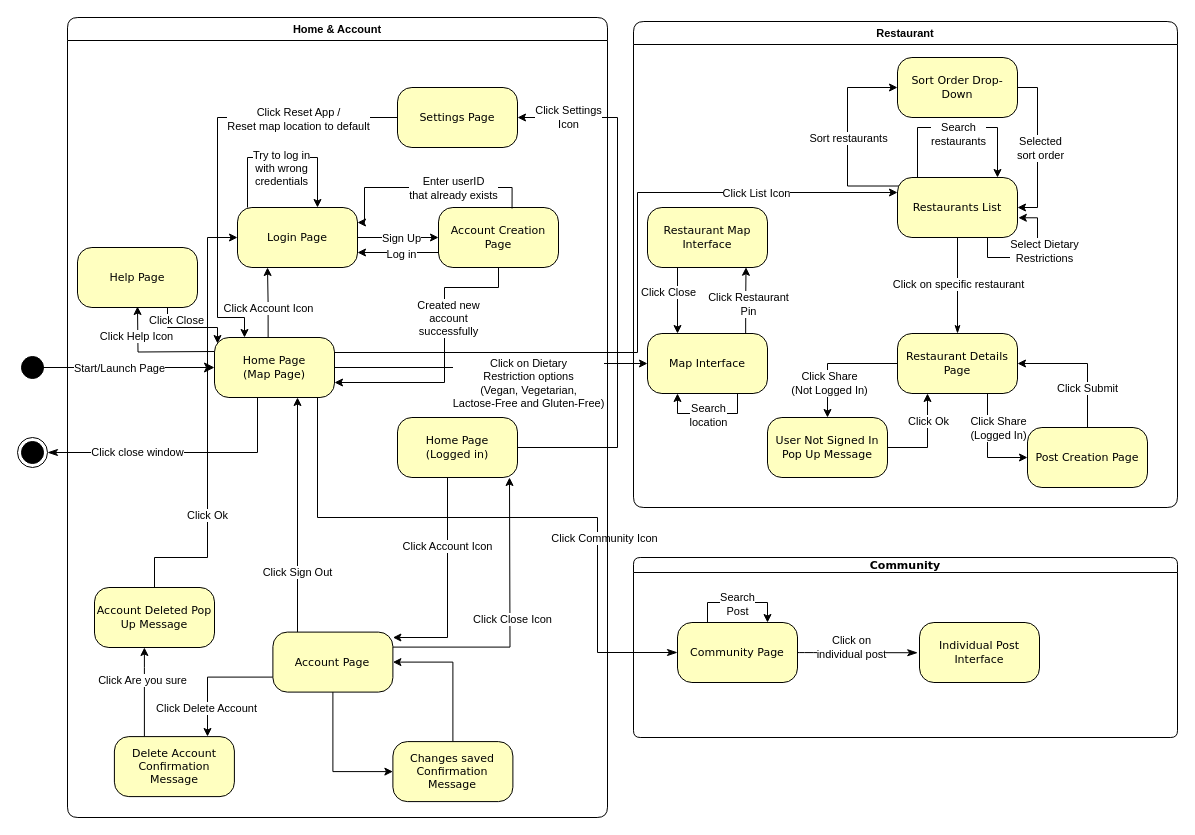
Before: Deliverables/Others/DialogMap.drawio in dhruv-gambhir/extraveganza, a draw.io diagram. Source tidied: cells renumbered, new cells numbered last; positions are measured from the earlier drawing's top-left corner, leaving out a move shared by most shapes. Both pictures are drawn from the tidied source at 100%, with x=0, y=0 at pixel (17, 17).
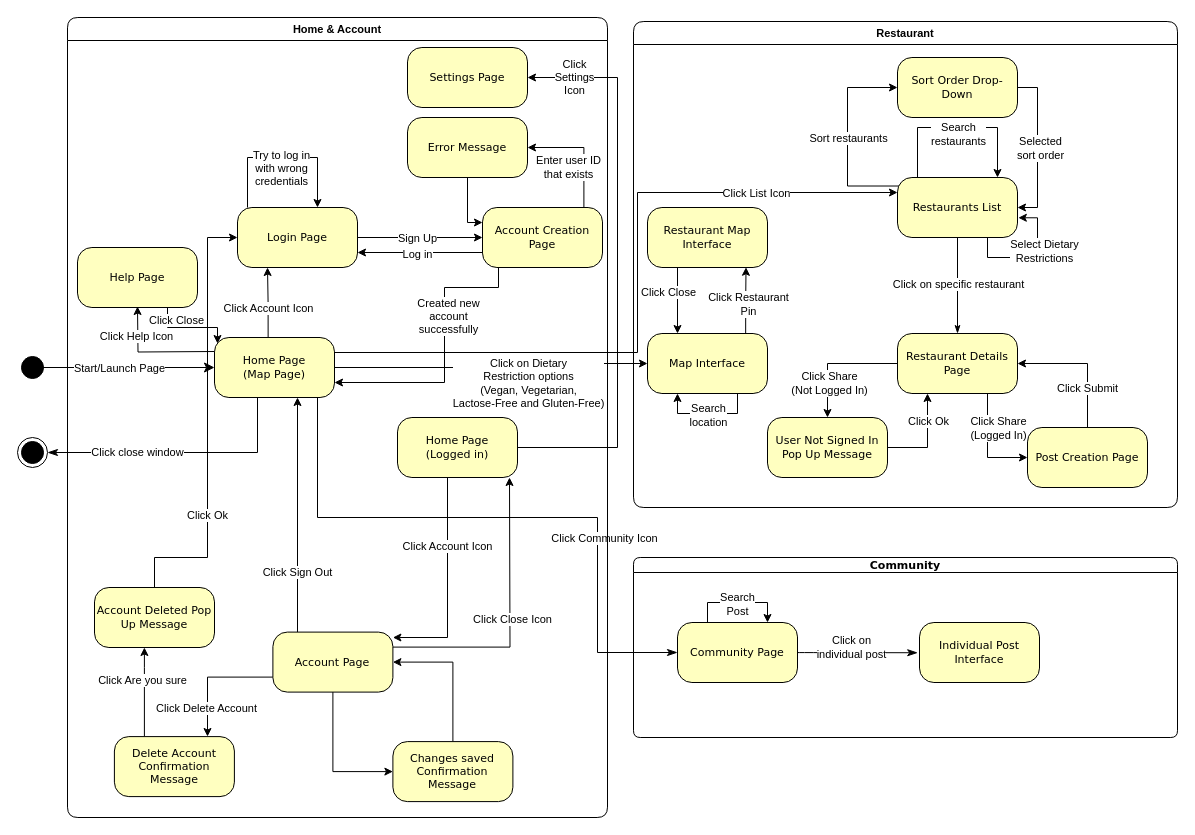
The same diagram, later.

Unchanged cells that the change refers to:
```xml
<mxCell id="48" value="Home &amp;amp; Account" style="swimlane;whiteSpace=wrap;html=1;strokeColor=#000000;rounded=1;fontSize=11;" parent="1" vertex="1">
  <mxGeometry x="50" width="540" height="800" as="geometry" />
</mxCell>
<mxCell id="49" style="edgeStyle=orthogonalEdgeStyle;rounded=0;jettySize=auto;html=1;exitX=0.5;exitY=1;exitDx=0;exitDy=0;entryX=1;entryY=0.75;entryDx=0;entryDy=0;fontSize=11;" parent="48" edge="1" source="53" target="61">
  <mxGeometry relative="1" as="geometry">
    <Array as="points">
      <mxPoint x="431" y="270" />
      <mxPoint x="377" y="270" />
      <mxPoint x="377" y="365" />
    </Array>
  </mxGeometry>
</mxCell>
<mxCell id="56" value="Login Page" style="rounded=1;whiteSpace=wrap;html=1;arcSize=24;fillColor=#ffffc0;strokeColor=#000000;shadow=0;comic=0;labelBackgroundColor=none;fontFamily=Verdana;fontSize=11;fontColor=#000000;align=center;" parent="48" vertex="1">
  <mxGeometry x="170" y="190" width="120" height="60" as="geometry" />
</mxCell>
<mxCell id="61" value="Home Page &lt;br&gt;(Map Page)" style="rounded=1;whiteSpace=wrap;html=1;arcSize=24;fillColor=#ffffc0;strokeColor=#000000;shadow=0;comic=0;labelBackgroundColor=none;fontFamily=Verdana;fontSize=11;fontColor=#000000;align=center;" parent="48" vertex="1">
  <mxGeometry x="147" y="320" width="120" height="60" as="geometry" />
</mxCell>
<mxCell id="64" value="Home Page &lt;br&gt;(Logged in)" style="rounded=1;whiteSpace=wrap;html=1;arcSize=24;fillColor=#ffffc0;strokeColor=#000000;shadow=0;comic=0;labelBackgroundColor=none;fontFamily=Verdana;fontSize=11;fontColor=#000000;align=center;" parent="48" vertex="1">
  <mxGeometry x="330" y="400" width="120" height="60" as="geometry" />
</mxCell>
```

Change to the diagram source:
```diff
@@
     <mxCell id="50" value="Created new &lt;br&gt;account &lt;br&gt;successfully" style="edgeLabel;html=1;align=center;verticalAlign=middle;fontSize=11;" parent="49" vertex="1">
       <mxGeometry x="0.16" relative="1" as="geometry">
-        <mxPoint x="3" y="-58" as="offset" />
+        <mxPoint x="3" y="-41" as="offset" />
       </mxGeometry>
     </mxCell>
@@
+    <mxCell id="100" style="edgeStyle=orthogonalEdgeStyle;rounded=0;jettySize=auto;html=1;exitX=0.845;exitY=0.009;exitDx=0;exitDy=0;exitPerimeter=0;entryX=1;entryY=0.5;entryDx=0;entryDy=0;" parent="48" edge="1" source="53" target="103">
+      <mxGeometry relative="1" as="geometry" />
+    </mxCell>
+    <mxCell id="101" value="Enter user ID &lt;br&gt;that exists" style="edgeLabel;html=1;align=center;verticalAlign=middle;" parent="100" vertex="1">
+      <mxGeometry x="-0.25" y="2" relative="1" as="geometry">
+        <mxPoint x="-14" y="3" as="offset" />
+      </mxGeometry>
+    </mxCell>
     <mxCell id="53" value="Account Creation Page" style="rounded=1;whiteSpace=wrap;html=1;arcSize=24;fillColor=#ffffc0;strokeColor=#000000;shadow=0;comic=0;labelBackgroundColor=none;fontFamily=Verdana;fontSize=11;fontColor=#000000;align=center;" parent="48" vertex="1">
-      <mxGeometry x="371" y="190" width="120" height="60" as="geometry" />
+      <mxGeometry x="415" y="190" width="120" height="60" as="geometry" />
     </mxCell>
@@
-    <mxCell id="65" style="edgeStyle=orthogonalEdgeStyle;rounded=0;jettySize=auto;html=1;exitX=0.613;exitY=0.017;exitDx=0;exitDy=0;entryX=1;entryY=0.25;entryDx=0;entryDy=0;fontSize=11;exitPerimeter=0;" parent="48" edge="1" source="53" target="56">
-      <mxGeometry relative="1" as="geometry">
-        <Array as="points">
-          <mxPoint x="445" y="170" />
-          <mxPoint x="297" y="170" />
-          <mxPoint x="297" y="205" />
-        </Array>
-      </mxGeometry>
-    </mxCell>
-    <mxCell id="66" value="Enter userID &lt;br&gt;that already exists" style="edgeLabel;html=1;align=center;verticalAlign=middle;fontSize=11;" parent="65" vertex="1">
-      <mxGeometry x="0.32" relative="1" as="geometry">
-        <mxPoint x="59" as="offset" />
-      </mxGeometry>
-    </mxCell>
@@
-    <mxCell id="70" style="edgeStyle=orthogonalEdgeStyle;rounded=0;jettySize=auto;html=1;exitX=0;exitY=0.5;exitDx=0;exitDy=0;entryX=0.25;entryY=0;entryDx=0;entryDy=0;" parent="48" edge="1" source="72" target="61">
-      <mxGeometry relative="1" as="geometry">
-        <Array as="points">
-          <mxPoint x="150" y="100" />
-          <mxPoint x="150" y="300" />
-          <mxPoint x="177" y="300" />
-        </Array>
-      </mxGeometry>
-    </mxCell>
-    <mxCell id="71" value="Click Reset App / &lt;br&gt;Reset map location to default" style="edgeLabel;html=1;align=center;verticalAlign=middle;" parent="70" vertex="1">
-      <mxGeometry x="-0.53" y="1" relative="1" as="geometry" />
-    </mxCell>
     <mxCell id="72" value="Settings Page" style="rounded=1;whiteSpace=wrap;html=1;arcSize=24;fillColor=#ffffc0;strokeColor=#000000;shadow=0;comic=0;labelBackgroundColor=none;fontFamily=Verdana;fontSize=11;fontColor=#000000;align=center;rotation=0;" parent="48" vertex="1">
-      <mxGeometry x="330" y="70" width="120" height="60" as="geometry" />
+      <mxGeometry x="340" y="30" width="120" height="60" as="geometry" />
     </mxCell>
     <mxCell id="73" style="edgeStyle=orthogonalEdgeStyle;rounded=0;jettySize=auto;html=1;exitX=1;exitY=0.5;exitDx=0;exitDy=0;entryX=1;entryY=0.5;entryDx=0;entryDy=0;" parent="48" edge="1" source="64" target="72">
       <mxGeometry relative="1" as="geometry">
         <Array as="points">
           <mxPoint x="550" y="430" />
-          <mxPoint x="550" y="100" />
+          <mxPoint x="550" y="60" />
         </Array>
       </mxGeometry>
     </mxCell>
-    <mxCell id="74" value="Click Settings &lt;br&gt;Icon" style="edgeLabel;html=1;align=center;verticalAlign=middle;" parent="73" vertex="1">
+    <mxCell id="74" value="Click &lt;br&gt;Settings &lt;br&gt;Icon" style="edgeLabel;html=1;align=center;verticalAlign=middle;" parent="73" vertex="1">
       <mxGeometry x="0.74" y="-1" relative="1" as="geometry">
-        <mxPoint x="-19" as="offset" />
+        <mxPoint x="-27" as="offset" />
       </mxGeometry>
     </mxCell>
@@
+    <mxCell id="102" style="edgeStyle=orthogonalEdgeStyle;rounded=0;jettySize=auto;html=1;exitX=0.5;exitY=1;exitDx=0;exitDy=0;entryX=0;entryY=0.25;entryDx=0;entryDy=0;" parent="48" edge="1" source="103" target="53">
+      <mxGeometry relative="1" as="geometry">
+        <Array as="points">
+          <mxPoint x="400" y="205" />
+        </Array>
+      </mxGeometry>
+    </mxCell>
+    <mxCell id="103" value="Error Message" style="rounded=1;whiteSpace=wrap;html=1;arcSize=24;fillColor=#ffffc0;strokeColor=#000000;shadow=0;comic=0;labelBackgroundColor=none;fontFamily=Verdana;fontSize=11;fontColor=#000000;align=center;" parent="48" vertex="1">
+      <mxGeometry x="340" y="100" width="120" height="60" as="geometry" />
+    </mxCell>
```
